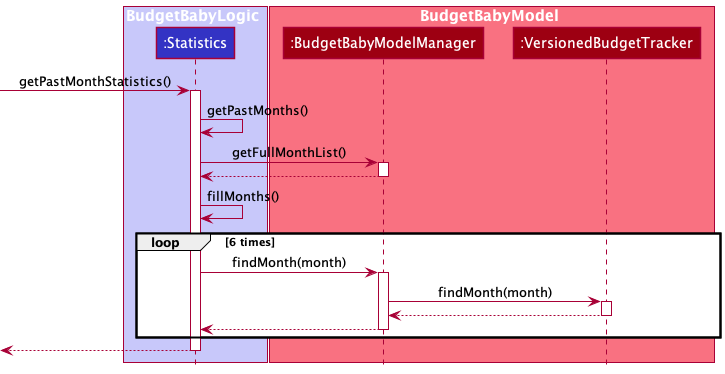
The PlantUML diagram docs/images/PastMonthsSequenceDiagram.png in nus-cs2103-AY2021S2/tp, before a commit. Its diagram source:
```plantuml
@startuml
!include style.puml

box BudgetBabyLogic LOGIC_COLOR_T1
participant ":Statistics" as Statistics LOGIC_COLOR
end box

box BudgetBabyModel MODEL_COLOR_T1
participant ":BudgetBabyModelManager" as BudgetBabyModelManager MODEL_COLOR
participant ":VersionedBudgetTracker" as VersionedBudgetTracker MODEL_COLOR
end box

[-> Statistics : getPastMonthStatistics()
activate Statistics
Statistics -> Statistics : getPastMonths()

Statistics -> BudgetBabyModelManager : getFullMonthList()
activate BudgetBabyModelManager
BudgetBabyModelManager --> Statistics
deactivate BudgetBabyModelManager

Statistics -> Statistics : fillMonths()
    loop 6 times
        Statistics -> BudgetBabyModelManager: findMonth(month)
        activate BudgetBabyModelManager
        BudgetBabyModelManager -> VersionedBudgetTracker : findMonth(month)
        activate VersionedBudgetTracker
        VersionedBudgetTracker --> BudgetBabyModelManager
        deactivate VersionedBudgetTracker
        BudgetBabyModelManager --> Statistics
        deactivate BudgetBabyModelManager
    end

[<--Statistics
deactivate Statistics
@enduml
```
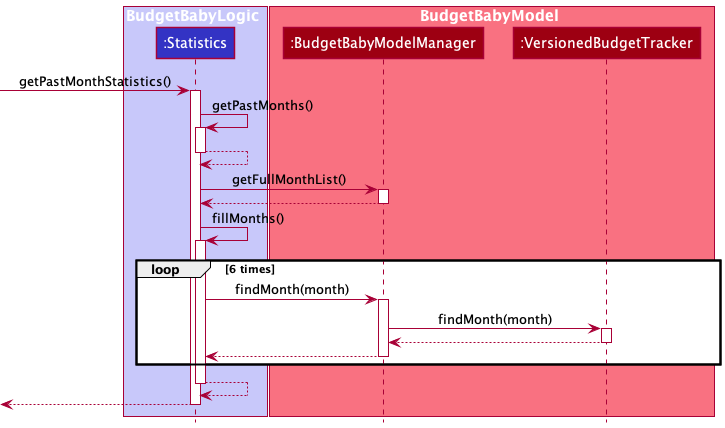
After the commit.

Commit message:
Update sequence diagram for past months feature

Diff of the diagram source:
```diff
@@ -13,6 +13,9 @@
 [-> Statistics : getPastMonthStatistics()
 activate Statistics
 Statistics -> Statistics : getPastMonths()
+activate Statistics
+Statistics --> Statistics
+deactivate Statistics
 
 Statistics -> BudgetBabyModelManager : getFullMonthList()
 activate BudgetBabyModelManager
@@ -20,6 +23,8 @@
 deactivate BudgetBabyModelManager
 
 Statistics -> Statistics : fillMonths()
+activate Statistics
+
     loop 6 times
         Statistics -> BudgetBabyModelManager: findMonth(month)
         activate BudgetBabyModelManager
@@ -30,6 +35,8 @@
         BudgetBabyModelManager --> Statistics
         deactivate BudgetBabyModelManager
     end
+Statistics --> Statistics
+deactivate Statistics
 
 [<--Statistics
 deactivate Statistics
```
